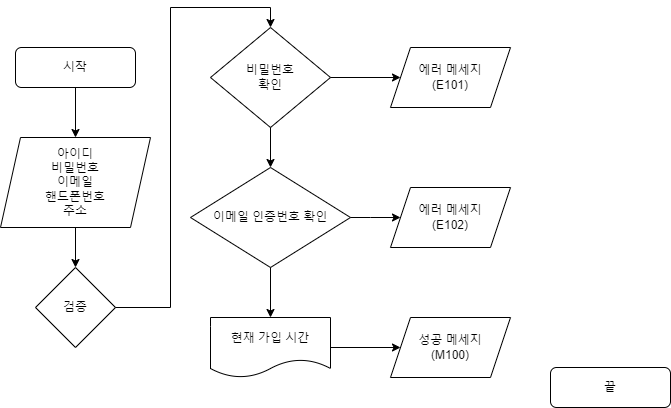
Earlier version of the draw.io export Untitled Diagram.drawio.png (developerDaeun/FlowChart). Source tidied: cells renumbered, new cells last; positions are measured from the earlier drawing's top-left corner, leaving out a move shared by most shapes.
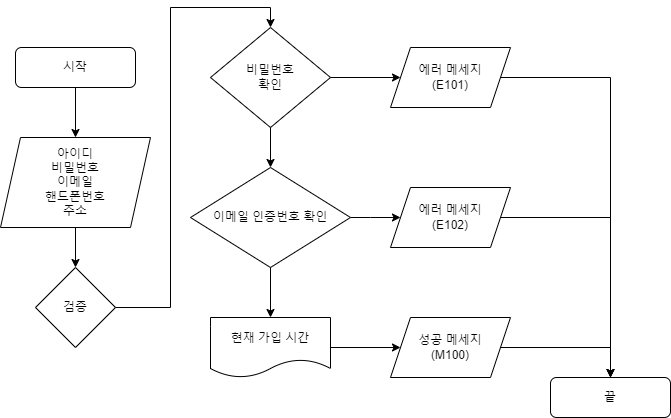
The same diagram one commit later.

The edit, as a diff of the source:
```diff
@@ -39,7 +39,7 @@
       </mxGeometry>
     </mxCell>
     <mxCell id="12" value="끝" style="rounded=1;whiteSpace=wrap;html=1;fontSize=12;glass=0;strokeWidth=1;shadow=0;" parent="1" vertex="1">
-      <mxGeometry x="550" y="360" width="120" height="40" as="geometry" />
+      <mxGeometry x="550" y="370" width="120" height="40" as="geometry" />
     </mxCell>
     <mxCell id="13" value="현재 가입 시간" style="shape=document;whiteSpace=wrap;html=1;boundedLbl=1;" parent="1" vertex="1">
       <mxGeometry x="210" y="310" width="120" height="60" as="geometry" />
@@ -66,5 +66,26 @@
     <mxCell id="19" style="endArrow=classic;html=1;rounded=0;exitX=1;exitY=0.5;exitDx=0;exitDy=0;entryX=0;entryY=0.5;entryDx=0;entryDy=0;" parent="1" edge="1" source="13" target="17">
       <mxGeometry relative="1" as="geometry" />
     </mxCell>
+    <mxCell id="20" style="endArrow=classic;html=1;rounded=0;exitX=1;exitY=0.5;exitDx=0;exitDy=0;entryX=0.5;entryY=0;entryDx=0;entryDy=0;" parent="1" edge="1" source="10" target="12">
+      <mxGeometry relative="1" as="geometry">
+        <Array as="points">
+          <mxPoint x="610" y="70" />
+        </Array>
+      </mxGeometry>
+    </mxCell>
+    <mxCell id="21" style="endArrow=classic;html=1;rounded=0;exitX=1;exitY=0.5;exitDx=0;exitDy=0;entryX=0.5;entryY=0;entryDx=0;entryDy=0;" parent="1" edge="1" source="16" target="12">
+      <mxGeometry relative="1" as="geometry">
+        <Array as="points">
+          <mxPoint x="610" y="210" />
+        </Array>
+      </mxGeometry>
+    </mxCell>
+    <mxCell id="22" style="endArrow=classic;html=1;rounded=0;exitX=1;exitY=0.5;exitDx=0;exitDy=0;entryX=0.5;entryY=0;entryDx=0;entryDy=0;" parent="1" edge="1" source="17" target="12">
+      <mxGeometry relative="1" as="geometry">
+        <Array as="points">
+          <mxPoint x="610" y="340" />
+        </Array>
+      </mxGeometry>
+    </mxCell>
   </root>
 </mxGraphModel>
```
